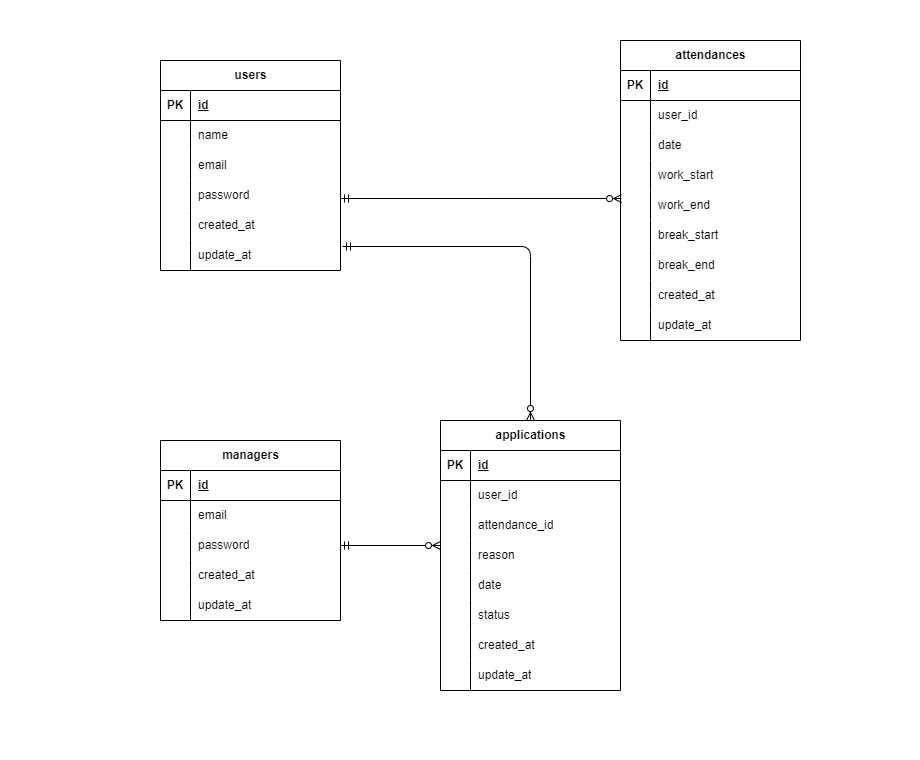
Earlier version of the draw.io export src/.drawio.png (momoca-13/timecard). Source tidied: cells renumbered, new cells last; positions are measured from the earlier drawing's top-left corner, leaving out a move shared by most shapes.
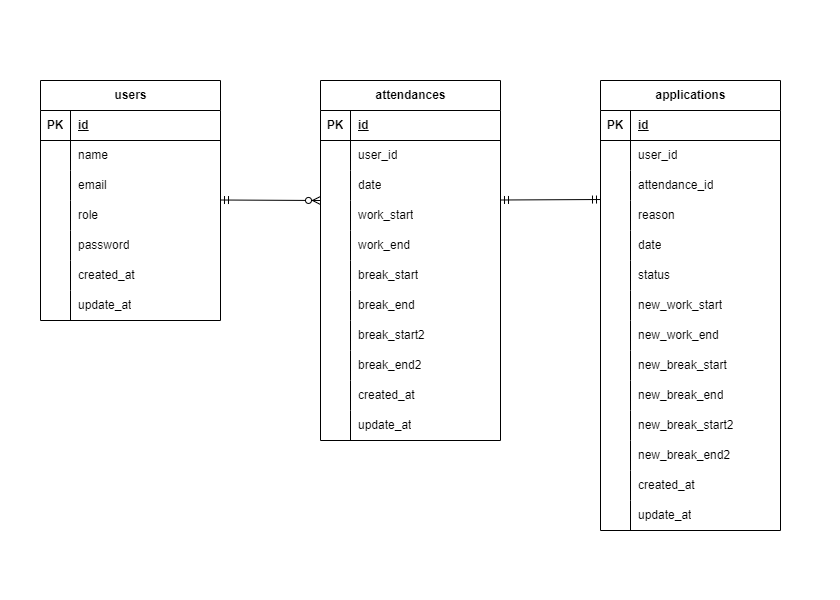
Above is the later version.

The edit, as a diff of the source:
```diff
@@ -3,7 +3,7 @@
     <mxCell id="0" />
     <mxCell id="1" parent="0" />
     <mxCell id="2" value="applications" style="shape=table;startSize=30;rowLines=0;fontStyle=1;align=center;html=1;" parent="1" vertex="1">
-      <mxGeometry x="440" y="420" width="180" height="270" as="geometry" />
+      <mxGeometry x="600" y="80" width="180" height="450" as="geometry" />
     </mxCell>
     <mxCell id="3" style="shape=tableRow;horizontal=0;startSize=0;swimlaneHead=0;swimlaneBody=0;fillColor=none;top=0;left=0;right=0;bottom=1;" parent="2" vertex="1">
       <mxGeometry y="30" width="180" height="30" as="geometry" />
@@ -65,7 +65,7 @@
     <mxCell id="22" style="shape=partialRectangle;fillColor=none;top=0;left=0;bottom=0;right=0;overflow=hidden;whiteSpace=wrap;html=1;" parent="21" vertex="1">
       <mxGeometry width="30" height="30" as="geometry" />
     </mxCell>
-    <mxCell id="23" value="created_at" style="shape=partialRectangle;fillColor=none;top=0;left=0;bottom=0;right=0;align=left;spacingLeft=6;overflow=hidden;whiteSpace=wrap;html=1;" parent="21" vertex="1">
+    <mxCell id="23" value="new_work_start" style="shape=partialRectangle;fillColor=none;top=0;left=0;bottom=0;right=0;align=left;spacingLeft=6;overflow=hidden;whiteSpace=wrap;html=1;" parent="21" vertex="1">
       <mxGeometry x="30" width="150" height="30" as="geometry" />
     </mxCell>
     <mxCell id="24" style="shape=tableRow;horizontal=0;startSize=0;swimlaneHead=0;swimlaneBody=0;fillColor=none;top=0;left=0;right=0;bottom=0;" parent="2" vertex="1">
@@ -74,11 +74,65 @@
     <mxCell id="25" style="shape=partialRectangle;fillColor=none;top=0;left=0;bottom=0;right=0;overflow=hidden;whiteSpace=wrap;html=1;" parent="24" vertex="1">
       <mxGeometry width="30" height="30" as="geometry" />
     </mxCell>
-    <mxCell id="26" value="update_at" style="shape=partialRectangle;fillColor=none;top=0;left=0;bottom=0;right=0;align=left;spacingLeft=6;overflow=hidden;whiteSpace=wrap;html=1;" parent="24" vertex="1">
+    <mxCell id="26" value="new_work_end" style="shape=partialRectangle;fillColor=none;top=0;left=0;bottom=0;right=0;align=left;spacingLeft=6;overflow=hidden;whiteSpace=wrap;html=1;" parent="24" vertex="1">
       <mxGeometry x="30" width="150" height="30" as="geometry" />
     </mxCell>
+    <mxCell id="97" style="shape=tableRow;horizontal=0;startSize=0;swimlaneHead=0;swimlaneBody=0;fillColor=none;top=0;left=0;right=0;bottom=0;" parent="2" vertex="1">
+      <mxGeometry y="270" width="180" height="30" as="geometry" />
+    </mxCell>
+    <mxCell id="98" style="shape=partialRectangle;fillColor=none;top=0;left=0;bottom=0;right=0;overflow=hidden;whiteSpace=wrap;html=1;" parent="97" vertex="1">
+      <mxGeometry width="30" height="30" as="geometry" />
+    </mxCell>
+    <mxCell id="99" value="new_break_start" style="shape=partialRectangle;fillColor=none;top=0;left=0;bottom=0;right=0;align=left;spacingLeft=6;overflow=hidden;whiteSpace=wrap;html=1;" parent="97" vertex="1">
+      <mxGeometry x="30" width="150" height="30" as="geometry" />
+    </mxCell>
+    <mxCell id="100" style="shape=tableRow;horizontal=0;startSize=0;swimlaneHead=0;swimlaneBody=0;fillColor=none;top=0;left=0;right=0;bottom=0;" parent="2" vertex="1">
+      <mxGeometry y="300" width="180" height="30" as="geometry" />
+    </mxCell>
+    <mxCell id="101" style="shape=partialRectangle;fillColor=none;top=0;left=0;bottom=0;right=0;overflow=hidden;whiteSpace=wrap;html=1;" parent="100" vertex="1">
+      <mxGeometry width="30" height="30" as="geometry" />
+    </mxCell>
+    <mxCell id="102" value="new_break_end" style="shape=partialRectangle;fillColor=none;top=0;left=0;bottom=0;right=0;align=left;spacingLeft=6;overflow=hidden;whiteSpace=wrap;html=1;" parent="100" vertex="1">
+      <mxGeometry x="30" width="150" height="30" as="geometry" />
+    </mxCell>
+    <mxCell id="103" style="shape=tableRow;horizontal=0;startSize=0;swimlaneHead=0;swimlaneBody=0;fillColor=none;top=0;left=0;right=0;bottom=0;" parent="2" vertex="1">
+      <mxGeometry y="330" width="180" height="30" as="geometry" />
+    </mxCell>
+    <mxCell id="104" style="shape=partialRectangle;fillColor=none;top=0;left=0;bottom=0;right=0;overflow=hidden;whiteSpace=wrap;html=1;" parent="103" vertex="1">
+      <mxGeometry width="30" height="30" as="geometry" />
+    </mxCell>
+    <mxCell id="105" value="new_break_start2" style="shape=partialRectangle;fillColor=none;top=0;left=0;bottom=0;right=0;align=left;spacingLeft=6;overflow=hidden;whiteSpace=wrap;html=1;" parent="103" vertex="1">
+      <mxGeometry x="30" width="150" height="30" as="geometry" />
+    </mxCell>
+    <mxCell id="106" style="shape=tableRow;horizontal=0;startSize=0;swimlaneHead=0;swimlaneBody=0;fillColor=none;top=0;left=0;right=0;bottom=0;" parent="2" vertex="1">
+      <mxGeometry y="360" width="180" height="30" as="geometry" />
+    </mxCell>
+    <mxCell id="107" style="shape=partialRectangle;fillColor=none;top=0;left=0;bottom=0;right=0;overflow=hidden;whiteSpace=wrap;html=1;" parent="106" vertex="1">
+      <mxGeometry width="30" height="30" as="geometry" />
+    </mxCell>
+    <mxCell id="108" value="new_break_end2" style="shape=partialRectangle;fillColor=none;top=0;left=0;bottom=0;right=0;align=left;spacingLeft=6;overflow=hidden;whiteSpace=wrap;html=1;" parent="106" vertex="1">
+      <mxGeometry x="30" width="150" height="30" as="geometry" />
+    </mxCell>
+    <mxCell id="109" style="shape=tableRow;horizontal=0;startSize=0;swimlaneHead=0;swimlaneBody=0;fillColor=none;top=0;left=0;right=0;bottom=0;" parent="2" vertex="1">
+      <mxGeometry y="390" width="180" height="30" as="geometry" />
+    </mxCell>
+    <mxCell id="110" style="shape=partialRectangle;fillColor=none;top=0;left=0;bottom=0;right=0;overflow=hidden;whiteSpace=wrap;html=1;" parent="109" vertex="1">
+      <mxGeometry width="30" height="30" as="geometry" />
+    </mxCell>
+    <mxCell id="111" value="&lt;span style=&quot;color: rgb(0, 0, 0);&quot;&gt;created_at&lt;/span&gt;" style="shape=partialRectangle;fillColor=none;top=0;left=0;bottom=0;right=0;align=left;spacingLeft=6;overflow=hidden;whiteSpace=wrap;html=1;" parent="109" vertex="1">
+      <mxGeometry x="30" width="150" height="30" as="geometry" />
+    </mxCell>
+    <mxCell id="112" style="shape=tableRow;horizontal=0;startSize=0;swimlaneHead=0;swimlaneBody=0;fillColor=none;top=0;left=0;right=0;bottom=0;" parent="2" vertex="1">
+      <mxGeometry y="420" width="180" height="30" as="geometry" />
+    </mxCell>
+    <mxCell id="113" style="shape=partialRectangle;fillColor=none;top=0;left=0;bottom=0;right=0;overflow=hidden;whiteSpace=wrap;html=1;" parent="112" vertex="1">
+      <mxGeometry width="30" height="30" as="geometry" />
+    </mxCell>
+    <mxCell id="114" value="update_at" style="shape=partialRectangle;fillColor=none;top=0;left=0;bottom=0;right=0;align=left;spacingLeft=6;overflow=hidden;whiteSpace=wrap;html=1;" parent="112" vertex="1">
+      <mxGeometry x="30" width="150" height="30" as="geometry" />
+    </mxCell>
     <mxCell id="27" value="users" style="shape=table;startSize=30;rowLines=0;fontStyle=1;align=center;html=1;" parent="1" vertex="1">
-      <mxGeometry x="160" y="60" width="180" height="210" as="geometry" />
+      <mxGeometry x="40" y="80" width="180" height="240" as="geometry" />
     </mxCell>
     <mxCell id="28" style="shape=tableRow;horizontal=0;startSize=0;swimlaneHead=0;swimlaneBody=0;fillColor=none;top=0;left=0;right=0;bottom=1;" parent="27" vertex="1">
       <mxGeometry y="30" width="180" height="30" as="geometry" />
@@ -113,7 +167,7 @@
     <mxCell id="38" style="shape=partialRectangle;fillColor=none;top=0;left=0;bottom=0;right=0;overflow=hidden;whiteSpace=wrap;html=1;" parent="37" vertex="1">
       <mxGeometry width="30" height="30" as="geometry" />
     </mxCell>
-    <mxCell id="39" value="password" style="shape=partialRectangle;fillColor=none;top=0;left=0;bottom=0;right=0;align=left;spacingLeft=6;overflow=hidden;whiteSpace=wrap;html=1;" parent="37" vertex="1">
+    <mxCell id="39" value="role" style="shape=partialRectangle;fillColor=none;top=0;left=0;bottom=0;right=0;align=left;spacingLeft=6;overflow=hidden;whiteSpace=wrap;html=1;" parent="37" vertex="1">
       <mxGeometry x="30" width="150" height="30" as="geometry" />
     </mxCell>
     <mxCell id="40" style="shape=tableRow;horizontal=0;startSize=0;swimlaneHead=0;swimlaneBody=0;fillColor=none;top=0;left=0;right=0;bottom=0;" parent="27" vertex="1">
@@ -122,7 +176,7 @@
     <mxCell id="41" style="shape=partialRectangle;fillColor=none;top=0;left=0;bottom=0;right=0;overflow=hidden;whiteSpace=wrap;html=1;" parent="40" vertex="1">
       <mxGeometry width="30" height="30" as="geometry" />
     </mxCell>
-    <mxCell id="42" value="created_at" style="shape=partialRectangle;fillColor=none;top=0;left=0;bottom=0;right=0;align=left;spacingLeft=6;overflow=hidden;whiteSpace=wrap;html=1;" parent="40" vertex="1">
+    <mxCell id="42" value="&lt;span style=&quot;color: rgb(0, 0, 0);&quot;&gt;password&lt;/span&gt;" style="shape=partialRectangle;fillColor=none;top=0;left=0;bottom=0;right=0;align=left;spacingLeft=6;overflow=hidden;whiteSpace=wrap;html=1;" parent="40" vertex="1">
       <mxGeometry x="30" width="150" height="30" as="geometry" />
     </mxCell>
     <mxCell id="43" style="shape=tableRow;horizontal=0;startSize=0;swimlaneHead=0;swimlaneBody=0;fillColor=none;points=[[0,0.5],[1,0.5]];portConstraint=eastwest;top=0;left=0;right=0;bottom=0;" parent="27" vertex="1">
@@ -131,59 +185,20 @@
     <mxCell id="44" style="shape=partialRectangle;fillColor=none;top=0;left=0;bottom=0;right=0;overflow=hidden;whiteSpace=wrap;html=1;" parent="43" vertex="1">
       <mxGeometry width="30" height="30" as="geometry" />
     </mxCell>
-    <mxCell id="45" value="update_at" style="shape=partialRectangle;fillColor=none;top=0;left=0;bottom=0;right=0;align=left;spacingLeft=6;overflow=hidden;whiteSpace=wrap;html=1;" parent="43" vertex="1">
+    <mxCell id="45" value="&lt;span style=&quot;color: rgb(0, 0, 0);&quot;&gt;created_at&lt;/span&gt;" style="shape=partialRectangle;fillColor=none;top=0;left=0;bottom=0;right=0;align=left;spacingLeft=6;overflow=hidden;whiteSpace=wrap;html=1;" parent="43" vertex="1">
       <mxGeometry x="30" width="150" height="30" as="geometry" />
     </mxCell>
-    <mxCell id="46" value="managers" style="shape=table;startSize=30;rowLines=0;fontStyle=1;align=center;html=1;" parent="1" vertex="1">
-      <mxGeometry x="160" y="440" width="180" height="180" as="geometry" />
-    </mxCell>
-    <mxCell id="47" style="shape=tableRow;horizontal=0;startSize=0;swimlaneHead=0;swimlaneBody=0;fillColor=none;top=0;left=0;right=0;bottom=1;" parent="46" vertex="1">
-      <mxGeometry y="30" width="180" height="30" as="geometry" />
-    </mxCell>
-    <mxCell id="48" value="PK" style="shape=partialRectangle;fillColor=none;top=0;left=0;bottom=0;right=0;fontStyle=1;overflow=hidden;whiteSpace=wrap;html=1;" parent="47" vertex="1">
-      <mxGeometry width="30" height="30" as="geometry" />
-    </mxCell>
-    <mxCell id="49" value="id" style="shape=partialRectangle;fillColor=none;top=0;left=0;bottom=0;right=0;align=left;spacingLeft=6;fontStyle=5;overflow=hidden;whiteSpace=wrap;html=1;" parent="47" vertex="1">
-      <mxGeometry x="30" width="150" height="30" as="geometry" />
-    </mxCell>
-    <mxCell id="50" style="shape=tableRow;horizontal=0;startSize=0;swimlaneHead=0;swimlaneBody=0;fillColor=none;top=0;left=0;right=0;bottom=0;" parent="46" vertex="1">
-      <mxGeometry y="60" width="180" height="30" as="geometry" />
-    </mxCell>
-    <mxCell id="51" style="shape=partialRectangle;fillColor=none;top=0;left=0;bottom=0;right=0;overflow=hidden;whiteSpace=wrap;html=1;" parent="50" vertex="1">
-      <mxGeometry width="30" height="30" as="geometry" />
-    </mxCell>
-    <mxCell id="52" value="email" style="shape=partialRectangle;fillColor=none;top=0;left=0;bottom=0;right=0;align=left;spacingLeft=6;overflow=hidden;whiteSpace=wrap;html=1;" parent="50" vertex="1">
-      <mxGeometry x="30" width="150" height="30" as="geometry" />
-    </mxCell>
-    <mxCell id="53" style="shape=tableRow;horizontal=0;startSize=0;swimlaneHead=0;swimlaneBody=0;fillColor=none;points=[[0,0.5],[1,0.5]];portConstraint=eastwest;top=0;left=0;right=0;bottom=0;" parent="46" vertex="1">
-      <mxGeometry y="90" width="180" height="30" as="geometry" />
-    </mxCell>
-    <mxCell id="54" style="shape=partialRectangle;fillColor=none;top=0;left=0;bottom=0;right=0;overflow=hidden;whiteSpace=wrap;html=1;" parent="53" vertex="1">
-      <mxGeometry width="30" height="30" as="geometry" />
-    </mxCell>
-    <mxCell id="55" value="password" style="shape=partialRectangle;fillColor=none;top=0;left=0;bottom=0;right=0;align=left;spacingLeft=6;overflow=hidden;whiteSpace=wrap;html=1;" parent="53" vertex="1">
-      <mxGeometry x="30" width="150" height="30" as="geometry" />
-    </mxCell>
-    <mxCell id="56" style="shape=tableRow;horizontal=0;startSize=0;swimlaneHead=0;swimlaneBody=0;fillColor=none;top=0;left=0;right=0;bottom=0;" parent="46" vertex="1">
-      <mxGeometry y="120" width="180" height="30" as="geometry" />
-    </mxCell>
-    <mxCell id="57" style="shape=partialRectangle;fillColor=none;top=0;left=0;bottom=0;right=0;overflow=hidden;whiteSpace=wrap;html=1;" parent="56" vertex="1">
-      <mxGeometry width="30" height="30" as="geometry" />
-    </mxCell>
-    <mxCell id="58" value="created_at" style="shape=partialRectangle;fillColor=none;top=0;left=0;bottom=0;right=0;align=left;spacingLeft=6;overflow=hidden;whiteSpace=wrap;html=1;" parent="56" vertex="1">
-      <mxGeometry x="30" width="150" height="30" as="geometry" />
-    </mxCell>
-    <mxCell id="59" style="shape=tableRow;horizontal=0;startSize=0;swimlaneHead=0;swimlaneBody=0;fillColor=none;top=0;left=0;right=0;bottom=0;" parent="46" vertex="1">
-      <mxGeometry y="150" width="180" height="30" as="geometry" />
-    </mxCell>
-    <mxCell id="60" style="shape=partialRectangle;fillColor=none;top=0;left=0;bottom=0;right=0;overflow=hidden;whiteSpace=wrap;html=1;" parent="59" vertex="1">
-      <mxGeometry width="30" height="30" as="geometry" />
-    </mxCell>
-    <mxCell id="61" value="update_at" style="shape=partialRectangle;fillColor=none;top=0;left=0;bottom=0;right=0;align=left;spacingLeft=6;overflow=hidden;whiteSpace=wrap;html=1;" parent="59" vertex="1">
-      <mxGeometry x="30" width="150" height="30" as="geometry" />
-    </mxCell>
+    <mxCell id="115" style="shape=tableRow;horizontal=0;startSize=0;swimlaneHead=0;swimlaneBody=0;fillColor=none;top=0;left=0;right=0;bottom=0;" parent="27" vertex="1">
+      <mxGeometry y="210" width="180" height="30" as="geometry" />
+    </mxCell>
+    <mxCell id="116" style="shape=partialRectangle;fillColor=none;top=0;left=0;bottom=0;right=0;overflow=hidden;whiteSpace=wrap;html=1;" parent="115" vertex="1">
+      <mxGeometry width="30" height="30" as="geometry" />
+    </mxCell>
+    <mxCell id="117" value="update_at" style="shape=partialRectangle;fillColor=none;top=0;left=0;bottom=0;right=0;align=left;spacingLeft=6;overflow=hidden;whiteSpace=wrap;html=1;" parent="115" vertex="1">
+      <mxGeometry x="30" width="150" height="30" as="geometry" />
+    </mxCell>
     <mxCell id="62" value="attendances" style="shape=table;startSize=30;rowLines=0;fontStyle=1;align=center;html=1;" parent="1" vertex="1">
-      <mxGeometry x="620" y="40" width="180" height="300" as="geometry" />
+      <mxGeometry x="320" y="80" width="180" height="360" as="geometry" />
     </mxCell>
     <mxCell id="63" style="shape=tableRow;horizontal=0;startSize=0;swimlaneHead=0;swimlaneBody=0;fillColor=none;top=0;left=0;right=0;bottom=1;" parent="62" vertex="1">
       <mxGeometry y="30" width="180" height="30" as="geometry" />
@@ -254,7 +269,7 @@
     <mxCell id="85" style="shape=partialRectangle;fillColor=none;top=0;left=0;bottom=0;right=0;overflow=hidden;whiteSpace=wrap;html=1;" parent="84" vertex="1">
       <mxGeometry width="30" height="30" as="geometry" />
     </mxCell>
-    <mxCell id="86" value="created_at" style="shape=partialRectangle;fillColor=none;top=0;left=0;bottom=0;right=0;align=left;spacingLeft=6;overflow=hidden;whiteSpace=wrap;html=1;" parent="84" vertex="1">
+    <mxCell id="86" value="&lt;span style=&quot;color: rgb(0, 0, 0);&quot;&gt;break_start2&lt;/span&gt;" style="shape=partialRectangle;fillColor=none;top=0;left=0;bottom=0;right=0;align=left;spacingLeft=6;overflow=hidden;whiteSpace=wrap;html=1;" parent="84" vertex="1">
       <mxGeometry x="30" width="150" height="30" as="geometry" />
     </mxCell>
     <mxCell id="87" style="shape=tableRow;horizontal=0;startSize=0;swimlaneHead=0;swimlaneBody=0;fillColor=none;top=0;left=0;right=0;bottom=0;" parent="62" vertex="1">
@@ -263,33 +278,48 @@
     <mxCell id="88" style="shape=partialRectangle;fillColor=none;top=0;left=0;bottom=0;right=0;overflow=hidden;whiteSpace=wrap;html=1;" parent="87" vertex="1">
       <mxGeometry width="30" height="30" as="geometry" />
     </mxCell>
-    <mxCell id="89" value="update_at" style="shape=partialRectangle;fillColor=none;top=0;left=0;bottom=0;right=0;align=left;spacingLeft=6;overflow=hidden;whiteSpace=wrap;html=1;" parent="87" vertex="1">
+    <mxCell id="89" value="&lt;span style=&quot;color: rgb(0, 0, 0);&quot;&gt;break_end2&lt;/span&gt;" style="shape=partialRectangle;fillColor=none;top=0;left=0;bottom=0;right=0;align=left;spacingLeft=6;overflow=hidden;whiteSpace=wrap;html=1;" parent="87" vertex="1">
       <mxGeometry x="30" width="150" height="30" as="geometry" />
     </mxCell>
-    <mxCell id="90" style="fontSize=12;html=1;endArrow=ERzeroToMany;startArrow=ERmandOne;entryX=0.006;entryY=0.267;entryDx=0;entryDy=0;entryPerimeter=0;" parent="1" edge="1" target="75">
-      <mxGeometry relative="1" as="geometry">
-        <mxPoint x="340" y="198" as="sourcePoint" />
-      </mxGeometry>
-    </mxCell>
-    <mxCell id="91" style="fontSize=12;html=1;endArrow=ERzeroToMany;startArrow=ERmandOne;exitX=1;exitY=0.5;exitDx=0;exitDy=0;" parent="1" edge="1" source="53">
-      <mxGeometry relative="1" as="geometry">
-        <mxPoint x="440" y="545" as="targetPoint" />
-      </mxGeometry>
-    </mxCell>
-    <mxCell id="92" style="edgeStyle=orthogonalEdgeStyle;fontSize=12;html=1;endArrow=ERzeroToMany;startArrow=ERmandOne;entryX=0.5;entryY=0;entryDx=0;entryDy=0;exitX=1.011;exitY=0.2;exitDx=0;exitDy=0;exitPerimeter=0;" parent="1" edge="1" source="43" target="2">
-      <mxGeometry relative="1" as="geometry" />
-    </mxCell>
+    <mxCell id="118" style="shape=tableRow;horizontal=0;startSize=0;swimlaneHead=0;swimlaneBody=0;fillColor=none;top=0;left=0;right=0;bottom=0;" parent="62" vertex="1">
+      <mxGeometry y="300" width="180" height="30" as="geometry" />
+    </mxCell>
+    <mxCell id="119" style="shape=partialRectangle;fillColor=none;top=0;left=0;bottom=0;right=0;overflow=hidden;whiteSpace=wrap;html=1;" parent="118" vertex="1">
+      <mxGeometry width="30" height="30" as="geometry" />
+    </mxCell>
+    <mxCell id="120" value="&lt;span style=&quot;color: rgb(0, 0, 0);&quot;&gt;created_at&lt;/span&gt;" style="shape=partialRectangle;fillColor=none;top=0;left=0;bottom=0;right=0;align=left;spacingLeft=6;overflow=hidden;whiteSpace=wrap;html=1;" parent="118" vertex="1">
+      <mxGeometry x="30" width="150" height="30" as="geometry" />
+    </mxCell>
+    <mxCell id="121" style="shape=tableRow;horizontal=0;startSize=0;swimlaneHead=0;swimlaneBody=0;fillColor=none;top=0;left=0;right=0;bottom=0;" parent="62" vertex="1">
+      <mxGeometry y="330" width="180" height="30" as="geometry" />
+    </mxCell>
+    <mxCell id="122" style="shape=partialRectangle;fillColor=none;top=0;left=0;bottom=0;right=0;overflow=hidden;whiteSpace=wrap;html=1;" parent="121" vertex="1">
+      <mxGeometry width="30" height="30" as="geometry" />
+    </mxCell>
+    <mxCell id="123" value="update_at" style="shape=partialRectangle;fillColor=none;top=0;left=0;bottom=0;right=0;align=left;spacingLeft=6;overflow=hidden;whiteSpace=wrap;html=1;" parent="121" vertex="1">
+      <mxGeometry x="30" width="150" height="30" as="geometry" />
+    </mxCell>
     <mxCell id="93" style="whiteSpace=wrap;html=1;strokeColor=none;" parent="1" vertex="1">
       <mxGeometry width="40" height="40" as="geometry" />
     </mxCell>
     <mxCell id="94" style="whiteSpace=wrap;html=1;strokeColor=none;" parent="1" vertex="1">
-      <mxGeometry x="880" width="40" height="40" as="geometry" />
+      <mxGeometry x="800" width="40" height="40" as="geometry" />
     </mxCell>
     <mxCell id="95" style="whiteSpace=wrap;html=1;strokeColor=none;" parent="1" vertex="1">
-      <mxGeometry x="840" y="720" width="40" height="40" as="geometry" />
+      <mxGeometry x="800" y="560" width="40" height="40" as="geometry" />
     </mxCell>
     <mxCell id="96" style="whiteSpace=wrap;html=1;strokeColor=none;" parent="1" vertex="1">
-      <mxGeometry y="720" width="40" height="40" as="geometry" />
+      <mxGeometry y="560" width="40" height="40" as="geometry" />
     </mxCell>
+    <mxCell id="124" style="fontSize=12;html=1;endArrow=ERzeroToMany;startArrow=ERmandOne;entryX=0;entryY=1;entryDx=0;entryDy=0;entryPerimeter=0;" parent="1" edge="1" target="69">
+      <mxGeometry relative="1" as="geometry">
+        <mxPoint x="220" y="199.5" as="sourcePoint" />
+      </mxGeometry>
+    </mxCell>
+    <mxCell id="125" style="fontSize=12;html=1;endArrow=ERmandOne;startArrow=ERmandOne;entryX=0;entryY=0.967;entryDx=0;entryDy=0;entryPerimeter=0;" parent="1" edge="1" target="9">
+      <mxGeometry relative="1" as="geometry">
+        <mxPoint x="500" y="199.5" as="sourcePoint" />
+      </mxGeometry>
+    </mxCell>
   </root>
 </mxGraphModel>
```
